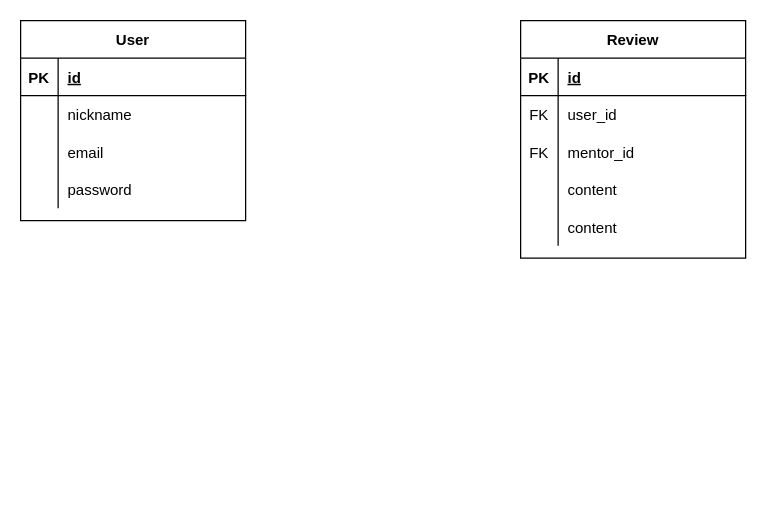
Before: er.dio in ponkantaichou/damentor3, a draw.io diagram. Source tidied: cells renumbered, new cells numbered last; positions are measured from the earlier drawing's top-left corner, leaving out a move shared by most shapes. Both pictures are drawn from the tidied source at 125%, with x=0, y=0 at pixel (20, 20).
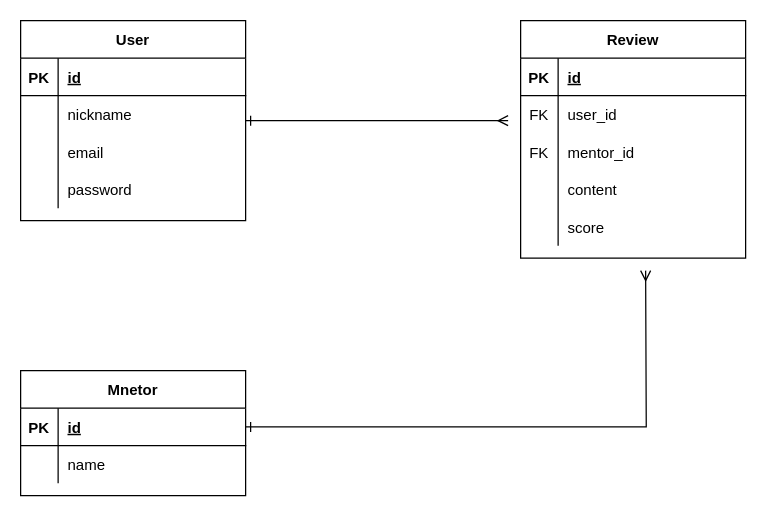
The same diagram, later.

Unchanged cells that the change refers to:
```xml
<mxCell id="2" value="User" style="shape=table;startSize=30;childLayout=tableLayout;rowLines=0;fontStyle=1;align=center;" parent="1" vertex="1">
  <mxGeometry width="180" height="160" as="geometry" />
</mxCell>
<mxCell id="28" style="shape=partialRectangle;fillColor=none;top=0;left=0;bottom=0;right=0;" parent="15" vertex="1">
  <mxGeometry y="150" width="180" height="30" as="geometry" />
</mxCell>
```

Diff of the diagram source:
```diff
@@
+    <mxCell id="31" style="edgeStyle=orthogonalEdgeStyle;rounded=0;jettySize=auto;html=1;endArrow=ERmany;endFill=0;startArrow=ERone;startFill=0;" parent="1" edge="1" source="2">
+      <mxGeometry relative="1" as="geometry">
+        <mxPoint x="390" y="80" as="targetPoint" />
+      </mxGeometry>
+    </mxCell>
@@
-    <mxCell id="30" value="content" style="shape=partialRectangle;fillColor=none;top=0;left=0;bottom=0;right=0;align=left;spacingLeft=6;overflow=hidden;" parent="28" vertex="1">
+    <mxCell id="30" value="score" style="shape=partialRectangle;fillColor=none;top=0;left=0;bottom=0;right=0;align=left;spacingLeft=6;overflow=hidden;" parent="28" vertex="1">
       <mxGeometry x="30" width="150" height="30" as="geometry" />
     </mxCell>
+    <mxCell id="32" value="Mnetor" style="shape=table;startSize=30;childLayout=tableLayout;rowLines=0;fontStyle=1;align=center;" parent="1" vertex="1">
+      <mxGeometry y="280" width="180" height="100" as="geometry" />
+    </mxCell>
+    <mxCell id="33" style="shape=partialRectangle;fillColor=none;top=0;left=0;bottom=1;right=0;points=[[0,0.5],[1,0.5]];portConstraint=eastwest;" parent="32" vertex="1">
+      <mxGeometry y="30" width="180" height="30" as="geometry" />
+    </mxCell>
+    <mxCell id="34" value="PK" style="shape=partialRectangle;fillColor=none;top=0;left=0;bottom=0;right=0;fontStyle=1;overflow=hidden;" parent="33" vertex="1">
+      <mxGeometry width="30" height="30" as="geometry" />
+    </mxCell>
+    <mxCell id="35" value="id" style="shape=partialRectangle;fillColor=none;top=0;left=0;bottom=0;right=0;align=left;spacingLeft=6;fontStyle=5;overflow=hidden;" parent="33" vertex="1">
+      <mxGeometry x="30" width="150" height="30" as="geometry" />
+    </mxCell>
+    <mxCell id="36" style="shape=partialRectangle;fillColor=none;top=0;left=0;bottom=0;right=0;" parent="32" vertex="1">
+      <mxGeometry y="60" width="180" height="30" as="geometry" />
+    </mxCell>
+    <mxCell id="37" style="shape=partialRectangle;fillColor=none;top=0;left=0;bottom=0;right=0;overflow=hidden;" parent="36" vertex="1">
+      <mxGeometry width="30" height="30" as="geometry" />
+    </mxCell>
+    <mxCell id="38" value="name" style="shape=partialRectangle;fillColor=none;top=0;left=0;bottom=0;right=0;align=left;spacingLeft=6;overflow=hidden;" parent="36" vertex="1">
+      <mxGeometry x="30" width="150" height="30" as="geometry" />
+    </mxCell>
+    <mxCell id="39" style="edgeStyle=orthogonalEdgeStyle;rounded=0;jettySize=auto;html=1;startArrow=ERone;startFill=0;endArrow=ERmany;endFill=0;" parent="1" edge="1" source="33">
+      <mxGeometry relative="1" as="geometry">
+        <mxPoint x="500" y="200" as="targetPoint" />
+      </mxGeometry>
+    </mxCell>
```
